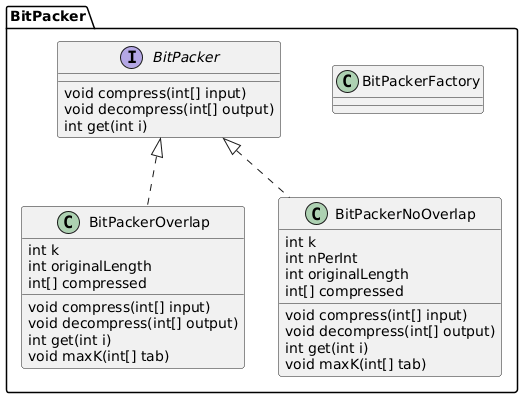
This is diagramme_de_classe.png from Sofiane949/BitPacking_Software_Engineering, a PlantUML export, as it was before one commit.
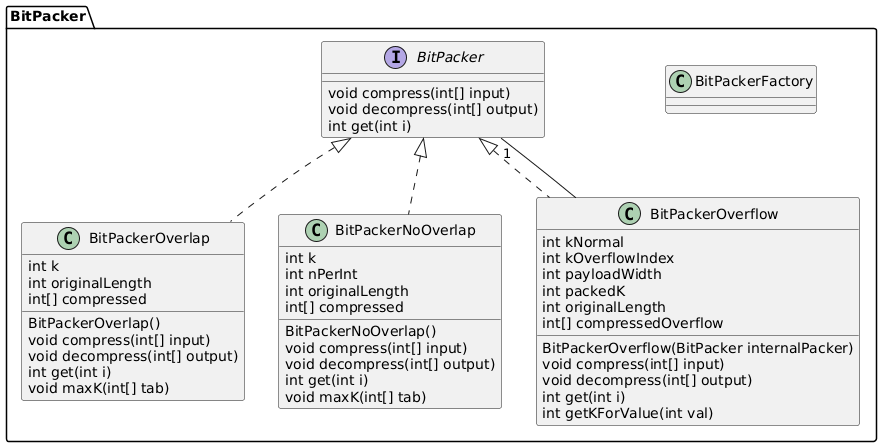
After the change.

Commit message:
implémentation classe Overflow + Test + maj diagramme de classe

The edit, as a diff of the source:
```diff
@@ -11,6 +11,7 @@
     int k
     int originalLength
     int[] compressed
+    BitPackerOverlap()
     void compress(int[] input)
     void decompress(int[] output)
     int get(int i)
@@ -22,13 +23,31 @@
     int nPerInt
     int originalLength
     int[] compressed
+    BitPackerNoOverlap()
     void compress(int[] input)
     void decompress(int[] output)
     int get(int i)
     void maxK(int[] tab)
 }
 
+class BitPackerOverflow implements BitPacker {
+    int kNormal
+    int kOverflowIndex
+    int payloadWidth
+    int packedK
+    int originalLength
+    int[] compressedOverflow
+    BitPackerOverflow(BitPacker internalPacker)
+    void compress(int[] input)
+    void decompress(int[] output)
+    int get(int i)
+    int getKForValue(int val)
+}
+
 class BitPackerFactory {
 }
+
+BitPackerOverflow -- "1" BitPacker
+
 }
 @enduml
```
